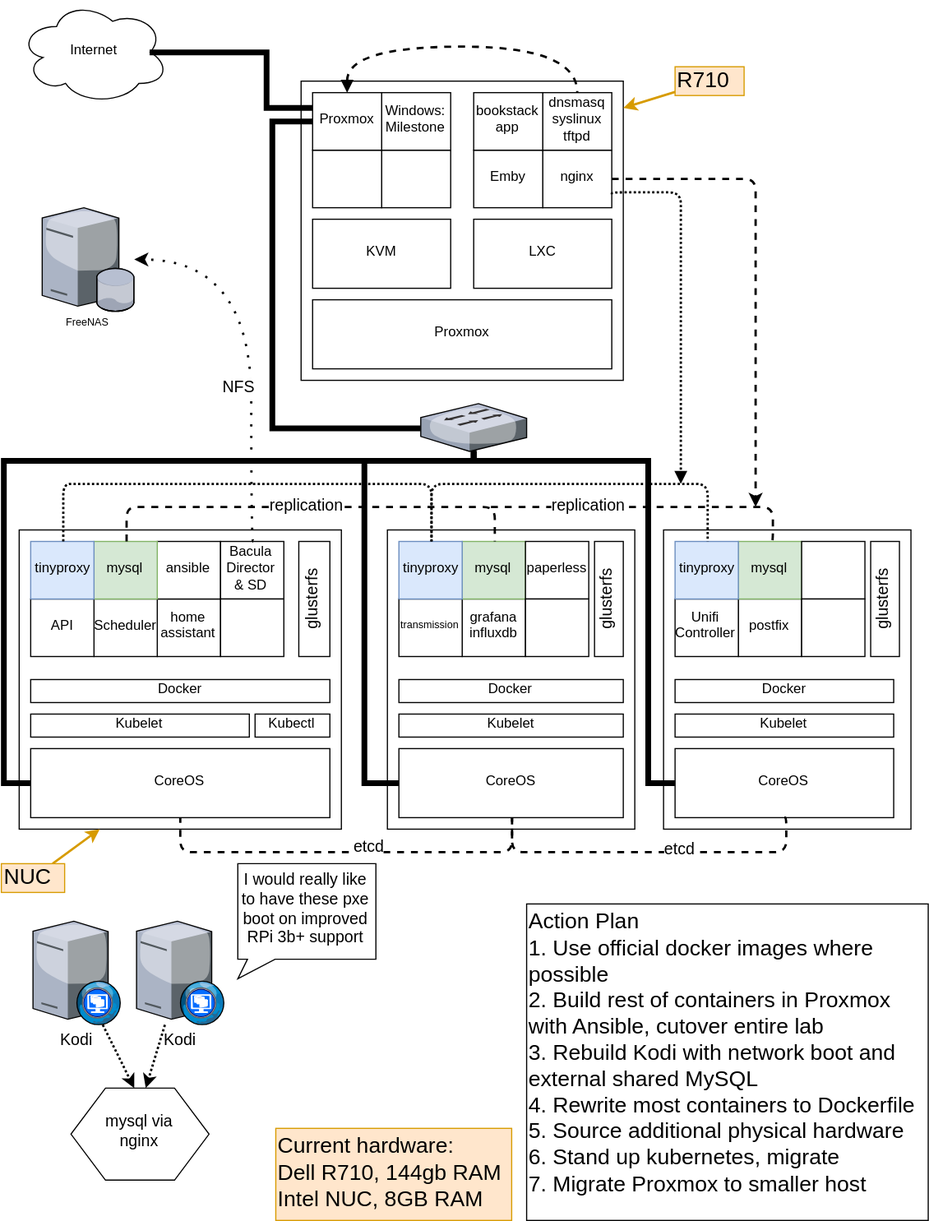
Before: HomeLab Upgrade Design Diagram.svg, a diagram exported from draw.io (chaploeb/HomeLab). Source tidied: cells renumbered, new cells last; positions are measured from the earlier drawing's top-left corner, leaving out a move shared by most shapes.
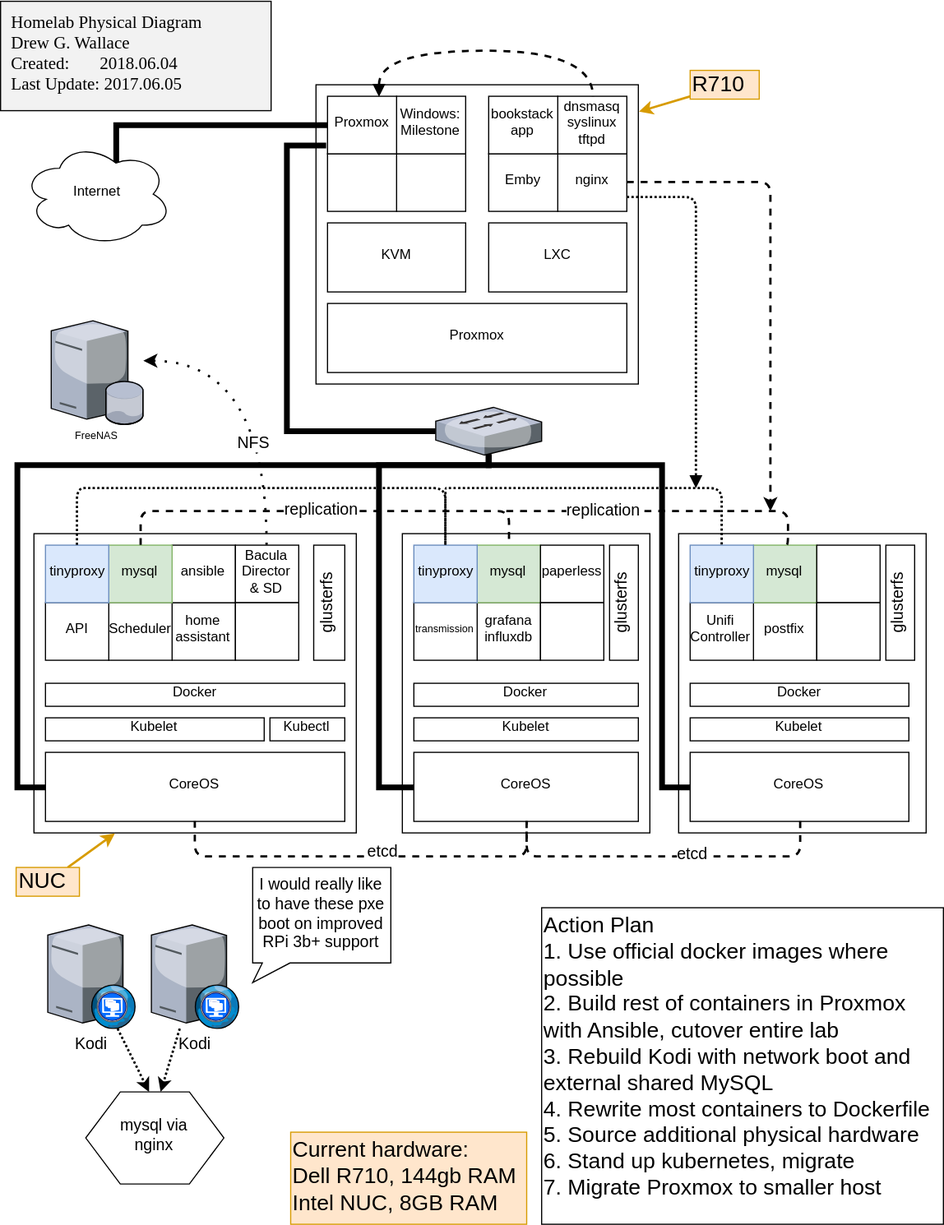
After the change.

Change to the diagram source:
```diff
@@ -2,9 +2,6 @@
   <root>
     <mxCell id="0" />
     <mxCell id="1" parent="0" />
-    <mxCell id="2" value="Internet" style="ellipse;shape=cloud;whiteSpace=wrap;html=1;" parent="1" vertex="1">
-      <mxGeometry x="16" width="130" height="90" as="geometry" />
-    </mxCell>
     <mxCell id="3" style="rounded=0;whiteSpace=wrap;html=1;" parent="1" vertex="1">
       <mxGeometry x="261" y="70" width="280" height="260" as="geometry" />
     </mxCell>
@@ -41,18 +38,17 @@
     <mxCell id="14" value="Proxmox" style="rounded=0;whiteSpace=wrap;html=1;" parent="1" vertex="1">
       <mxGeometry x="271" y="80" width="60" height="50" as="geometry" />
     </mxCell>
-    <mxCell id="15" style="endArrow=none;html=1;exitX=0.875;exitY=0.5;exitPerimeter=0;entryX=0;entryY=0.25;rounded=0;strokeWidth=5;edgeStyle=orthogonalEdgeStyle;" parent="1" edge="1" source="2" target="14">
+    <mxCell id="15" style="endArrow=none;html=1;entryX=0;entryY=0.5;rounded=0;strokeWidth=5;edgeStyle=orthogonalEdgeStyle;exitX=0.625;exitY=0.2;exitPerimeter=0;" parent="1" edge="1" source="2" target="14">
       <mxGeometry relative="1" as="geometry">
         <Array as="points">
-          <mxPoint x="231" y="45" />
-          <mxPoint x="231" y="93" />
+          <mxPoint x="87" y="105" />
         </Array>
       </mxGeometry>
     </mxCell>
-    <mxCell id="16" style="endArrow=none;html=1;rounded=0;strokeWidth=5;edgeStyle=orthogonalEdgeStyle;exitX=0;exitY=0.5;" parent="1" edge="1" source="14" target="51">
+    <mxCell id="16" style="endArrow=none;html=1;rounded=0;strokeWidth=5;edgeStyle=orthogonalEdgeStyle;exitX=-0.01;exitY=0.864;exitPerimeter=0;" parent="1" edge="1" source="14" target="51">
       <mxGeometry relative="1" as="geometry">
         <Array as="points">
-          <mxPoint x="236" y="105" />
+          <mxPoint x="236" y="123" />
           <mxPoint x="236" y="371" />
         </Array>
       </mxGeometry>
@@ -93,10 +89,10 @@
     <mxCell id="28" value="Kubectl" style="rounded=0;whiteSpace=wrap;html=1;" parent="1" vertex="1">
       <mxGeometry x="221" y="620" width="65" height="20" as="geometry" />
     </mxCell>
-    <mxCell id="29" style="endArrow=none;html=1;strokeWidth=2;exitX=0.5;exitY=0;entryX=0.5;entryY=0;dashed=1;edgeStyle=orthogonalEdgeStyle;curved=1;startArrow=block;startFill=1;" parent="1" edge="1" source="14" target="9">
+    <mxCell id="29" style="endArrow=none;html=1;strokeWidth=2;exitX=0.75;exitY=0;entryX=0.5;entryY=0;dashed=1;edgeStyle=orthogonalEdgeStyle;curved=1;startArrow=block;startFill=1;" parent="1" edge="1" source="14" target="9">
       <mxGeometry relative="1" as="geometry">
         <Array as="points">
-          <mxPoint x="301" y="40" />
+          <mxPoint x="316" y="40" />
           <mxPoint x="501" y="40" />
         </Array>
       </mxGeometry>
@@ -307,12 +303,12 @@
       <mxGeometry x="696" y="520" width="55" height="50" as="geometry" />
     </mxCell>
     <mxCell id="76" value="FreeNAS" style="verticalLabelPosition=bottom;html=1;verticalAlign=top;strokeColor=none;align=center;outlineConnect=0;shape=mxgraph.citrix.database_server;gradientColor=none;fontSize=9;" parent="1" vertex="1">
-      <mxGeometry x="36" y="180" width="80" height="90" as="geometry" />
+      <mxGeometry x="31" y="275" width="80" height="90" as="geometry" />
     </mxCell>
     <mxCell id="77" style="endArrow=classic;html=1;dashed=1;dashPattern=1 4;strokeWidth=2;fontSize=9;exitX=0.5;exitY=0;edgeStyle=orthogonalEdgeStyle;curved=1;" parent="1" edge="1" source="70" target="76">
       <mxGeometry relative="1" as="geometry">
         <Array as="points">
-          <mxPoint x="218" y="225" />
+          <mxPoint x="218" y="310" />
         </Array>
       </mxGeometry>
     </mxCell>
@@ -339,5 +335,11 @@
     <mxCell id="84" value="R710" style="text;html=1;points=[];align=left;verticalAlign=top;spacingTop=-4;fontSize=19;fillColor=#ffe6cc;strokeColor=#d79b00;" parent="1" vertex="1">
       <mxGeometry x="586" y="57.5" width="60" height="25" as="geometry" />
     </mxCell>
+    <mxCell id="85" value="&amp;nbsp; Homelab Physical Diagram&lt;br style=&quot;font-size: 15px&quot;&gt;&amp;nbsp; Drew G. Wallace&lt;br style=&quot;font-size: 15px&quot;&gt;&amp;nbsp; Created:&amp;nbsp;&amp;nbsp;&amp;nbsp;&amp;nbsp;&amp;nbsp;&amp;nbsp; 2018.06.04&lt;br style=&quot;font-size: 15px&quot;&gt;&amp;nbsp; Last Update: 2017.06.05" style="rounded=0;whiteSpace=wrap;html=1;labelBackgroundColor=none;strokeColor=#000000;strokeWidth=1;fillColor=#F2F2F2;gradientColor=none;fontFamily=Verdana;fontSize=15;fontColor=#000000;align=left;" parent="1" vertex="1">
+      <mxGeometry x="-13" y="-2.5" width="235" height="95" as="geometry" />
+    </mxCell>
+    <mxCell id="2" value="Internet" style="ellipse;shape=cloud;whiteSpace=wrap;html=1;" parent="1" vertex="1">
+      <mxGeometry x="5.8" y="120" width="130" height="90" as="geometry" />
+    </mxCell>
   </root>
 </mxGraphModel>
```
